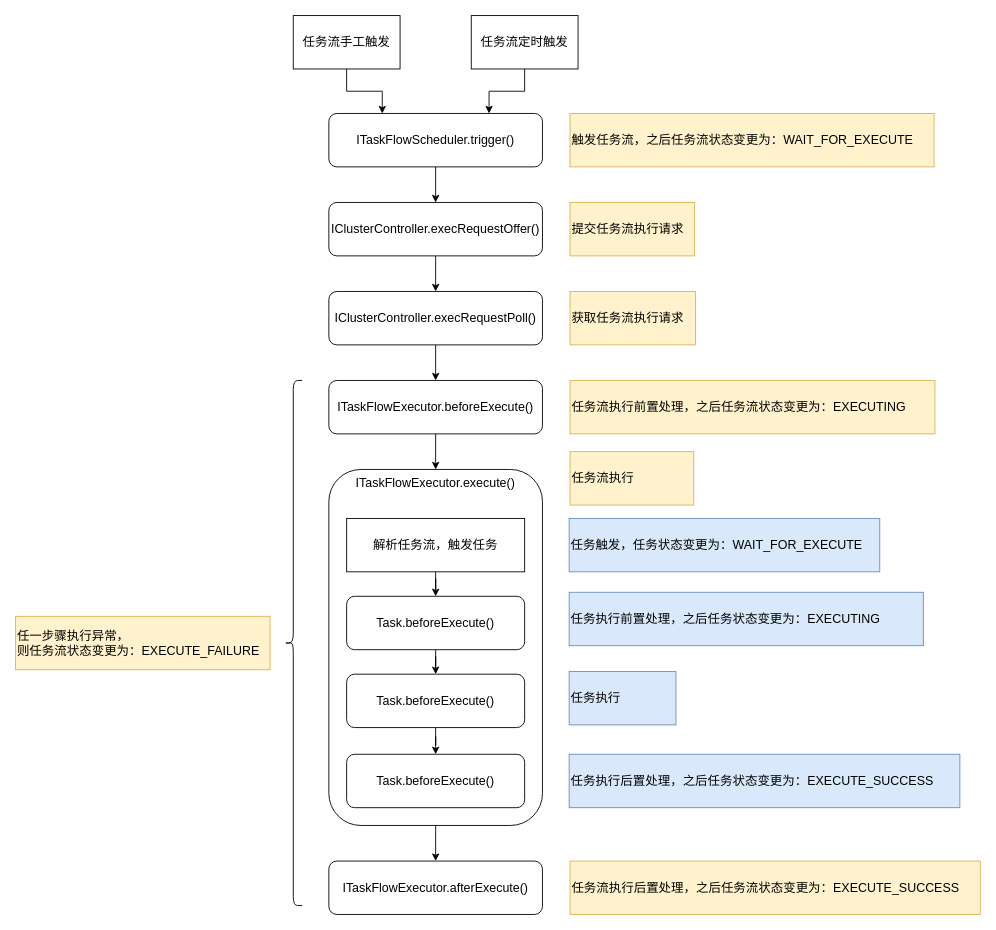
kpali/wolf-flow keeps this draw.io diagram as docs/任务流生命周期.drawio. Above is the earlier version. Source tidied: cells renumbered, new cells numbered last; positions are measured from the earlier drawing's top-left corner, leaving out a move shared by most shapes. Both pictures are drawn from the tidied source at 89%, with x=0, y=0 at pixel (15, 15).
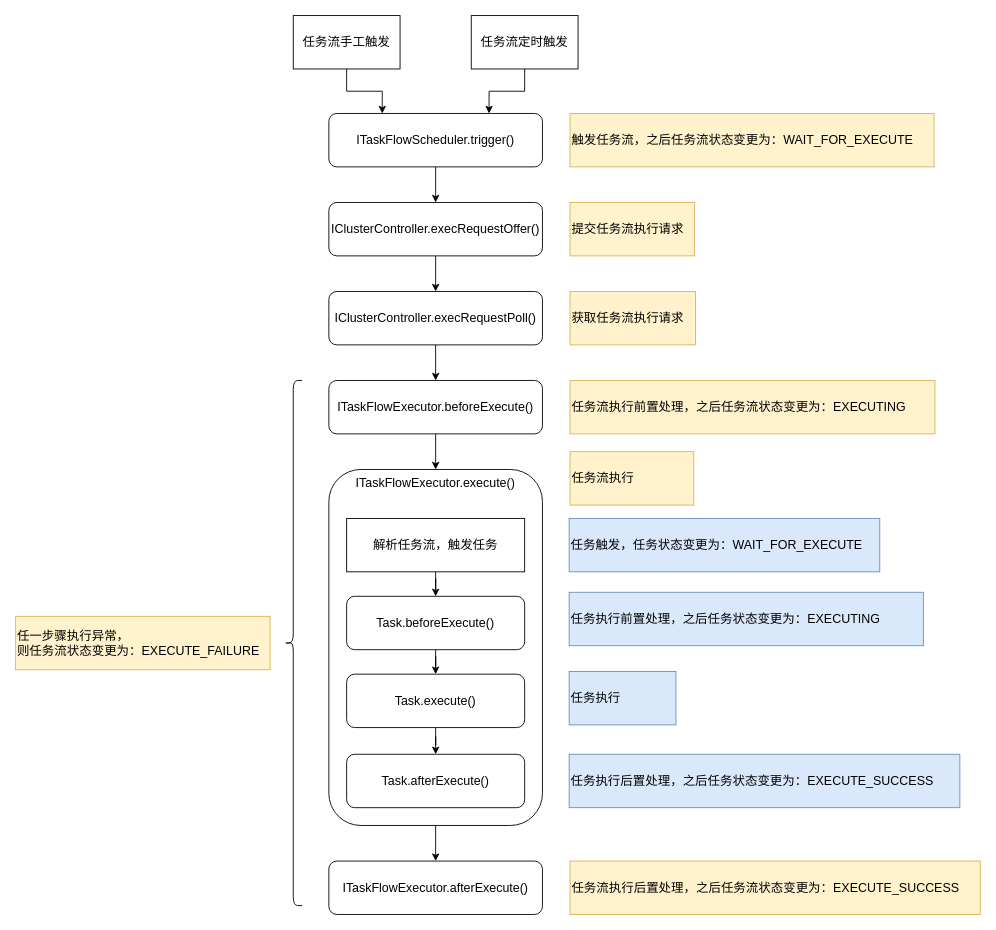
The same page after the edit.

Commit message (it also covers changes not shown here):
任务流生命周期图勘误

What changed in the source:
```diff
@@
-    <mxCell id="29" value="Task.beforeExecute()" style="rounded=1;whiteSpace=wrap;html=1;fontSize=14;spacingRight=0;" parent="1" vertex="1">
+    <mxCell id="29" value="Task.execute()" style="rounded=1;whiteSpace=wrap;html=1;fontSize=14;spacingRight=0;" parent="1" vertex="1">
       <mxGeometry x="372" y="740" width="200" height="60" as="geometry" />
     </mxCell>
-    <mxCell id="30" value="Task.beforeExecute()" style="rounded=1;whiteSpace=wrap;html=1;fontSize=14;spacingRight=0;" parent="1" vertex="1">
+    <mxCell id="30" value="Task.afterExecute()" style="rounded=1;whiteSpace=wrap;html=1;fontSize=14;spacingRight=0;" parent="1" vertex="1">
       <mxGeometry x="372" y="830" width="200" height="60" as="geometry" />
     </mxCell>
```
